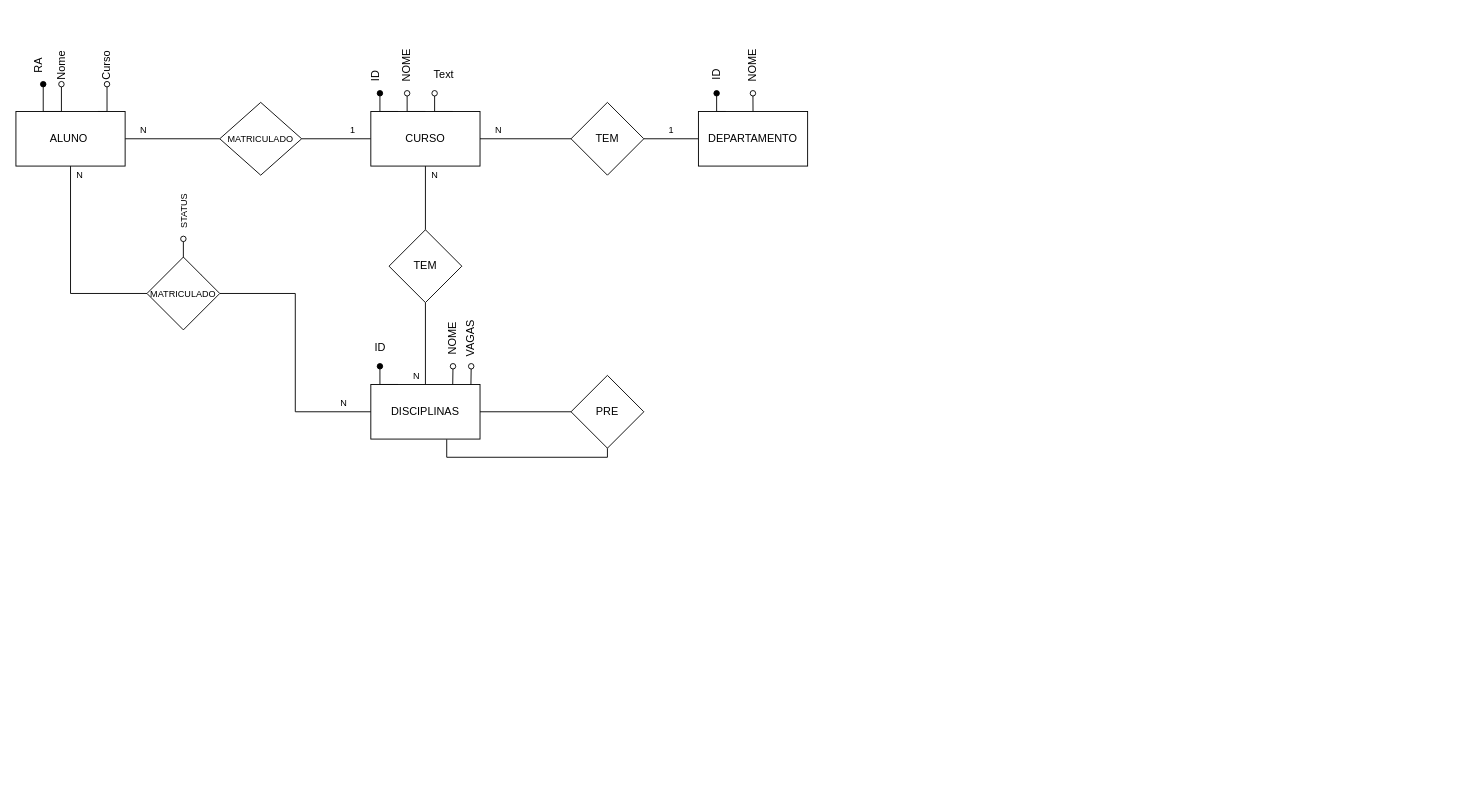
The draw.io diagram Banco-De-Dados-1/Atividades/Controle Acadêmico.drawio in Joseal19/FACUL-UTFPR, before the edit. Source tidied: cells renumbered, new cells numbered last; positions are measured from the earlier drawing's top-left corner, leaving out a move shared by most shapes. Both pictures are drawn from the tidied source at 91%, with x=0, y=0 at pixel (15, 56).
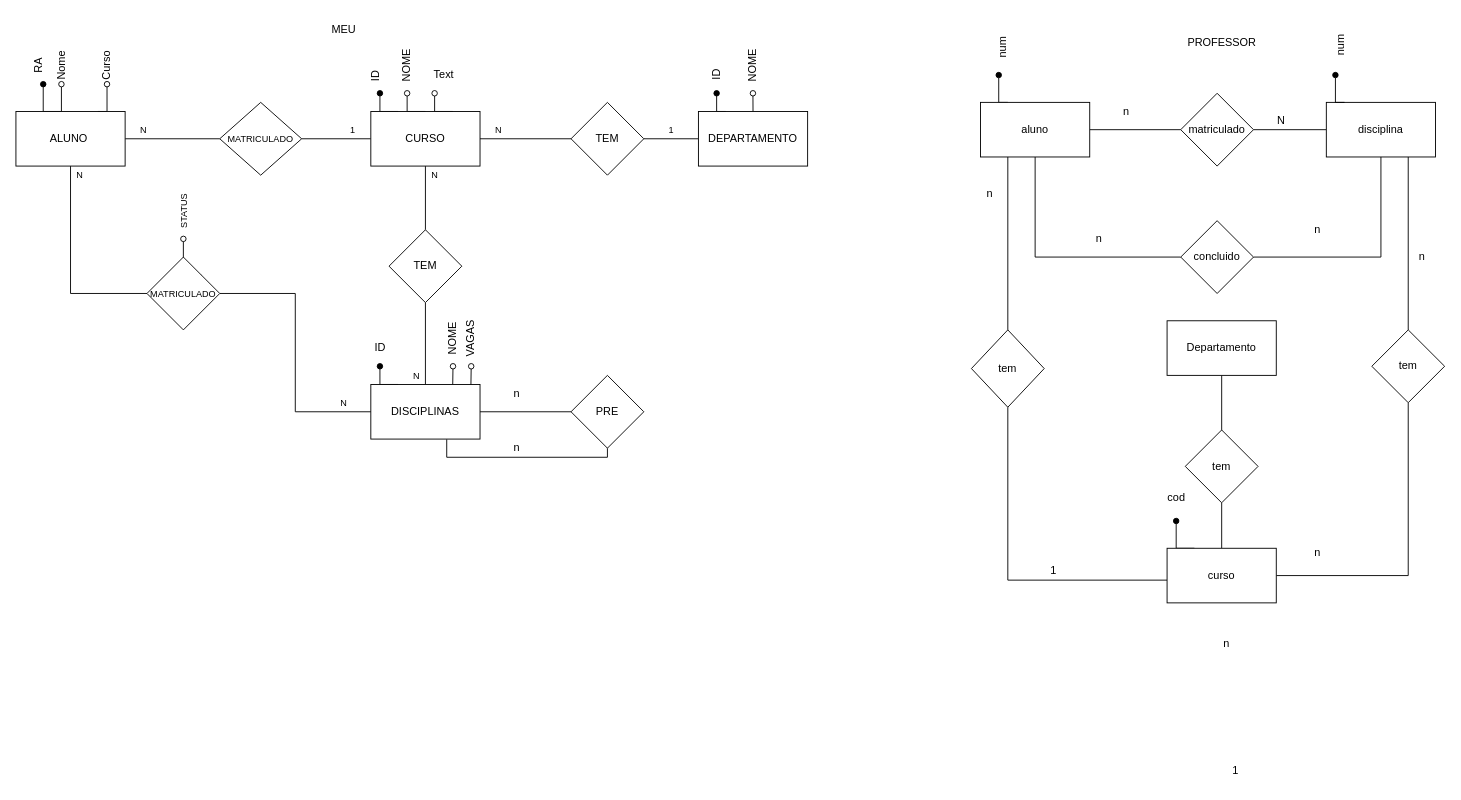
The same diagram, later.

What changed in the source:
```diff
@@
+    <mxCell id="53" value="PROFESSOR" style="text;html=1;align=center;verticalAlign=middle;strokeColor=none;fillColor=none;" parent="1" vertex="1">
+      <mxGeometry x="1275" y="-30" width="100" height="30" as="geometry" />
+    </mxCell>
+    <mxCell id="54" style="edgeStyle=orthogonalEdgeStyle;rounded=0;jettySize=auto;html=1;exitX=0.25;exitY=0;exitDx=0;exitDy=0;endArrow=oval;endFill=1;" parent="1" edge="1" source="57">
+      <mxGeometry relative="1" as="geometry">
+        <mxPoint x="1080" y="20" as="targetPoint" />
+      </mxGeometry>
+    </mxCell>
+    <mxCell id="55" style="edgeStyle=orthogonalEdgeStyle;rounded=0;jettySize=auto;html=1;endArrow=none;endFill=0;" parent="1" edge="1" source="57" target="60">
+      <mxGeometry relative="1" as="geometry" />
+    </mxCell>
+    <mxCell id="56" style="edgeStyle=orthogonalEdgeStyle;rounded=0;jettySize=auto;html=1;endArrow=none;endFill=0;" parent="1" edge="1" source="57" target="66">
+      <mxGeometry relative="1" as="geometry">
+        <Array as="points">
+          <mxPoint x="1120" y="220" />
+        </Array>
+      </mxGeometry>
+    </mxCell>
+    <mxCell id="57" value="aluno" style="rounded=0;whiteSpace=wrap;html=1;" parent="1" vertex="1">
+      <mxGeometry x="1060" y="50" width="120" height="60" as="geometry" />
+    </mxCell>
+    <mxCell id="58" value="num" style="text;html=1;align=center;verticalAlign=middle;strokeColor=none;fillColor=none;rotation=-90;" parent="1" vertex="1">
+      <mxGeometry x="1060" y="-25" width="50" height="30" as="geometry" />
+    </mxCell>
+    <mxCell id="59" style="edgeStyle=orthogonalEdgeStyle;rounded=0;jettySize=auto;html=1;endArrow=none;endFill=0;" parent="1" edge="1" source="60" target="61">
+      <mxGeometry relative="1" as="geometry" />
+    </mxCell>
+    <mxCell id="60" value="matriculado" style="rhombus;whiteSpace=wrap;html=1;rounded=0;" parent="1" vertex="1">
+      <mxGeometry x="1280" y="40" width="80" height="80" as="geometry" />
+    </mxCell>
+    <mxCell id="61" value="disciplina" style="whiteSpace=wrap;html=1;rounded=0;" parent="1" vertex="1">
+      <mxGeometry x="1440" y="50" width="120" height="60" as="geometry" />
+    </mxCell>
+    <mxCell id="62" style="edgeStyle=orthogonalEdgeStyle;rounded=0;orthogonalLoop=1;jettySize=auto;html=1;exitX=0.25;exitY=0;exitDx=0;exitDy=0;endArrow=oval;endFill=1;" parent="1" edge="1">
+      <mxGeometry relative="1" as="geometry">
+        <mxPoint x="1460" y="50" as="sourcePoint" />
+        <mxPoint x="1450" y="20" as="targetPoint" />
+      </mxGeometry>
+    </mxCell>
+    <mxCell id="63" value="num" style="text;html=1;align=center;verticalAlign=middle;strokeColor=none;fillColor=none;rotation=-90;" parent="1" vertex="1">
+      <mxGeometry x="1430" y="-27.5" width="50" height="30" as="geometry" />
+    </mxCell>
+    <mxCell id="64" value="N" style="text;html=1;align=center;verticalAlign=middle;strokeColor=none;fillColor=none;" parent="1" vertex="1">
+      <mxGeometry x="1375" y="55" width="30" height="30" as="geometry" />
+    </mxCell>
+    <mxCell id="65" style="edgeStyle=orthogonalEdgeStyle;rounded=0;jettySize=auto;html=1;entryX=0.5;entryY=1;entryDx=0;entryDy=0;endArrow=none;endFill=0;" parent="1" edge="1" source="66" target="61">
+      <mxGeometry relative="1" as="geometry" />
+    </mxCell>
+    <mxCell id="66" value="concluido" style="rhombus;whiteSpace=wrap;html=1;rounded=0;" parent="1" vertex="1">
+      <mxGeometry x="1280" y="180" width="80" height="80" as="geometry" />
+    </mxCell>
+    <mxCell id="67" style="edgeStyle=orthogonalEdgeStyle;rounded=0;jettySize=auto;html=1;endArrow=none;endFill=0;exitX=0.5;exitY=1;exitDx=0;exitDy=0;" parent="1" edge="1" source="69" target="73">
+      <mxGeometry relative="1" as="geometry">
+        <Array as="points">
+          <mxPoint x="1090" y="575" />
+        </Array>
+      </mxGeometry>
+    </mxCell>
+    <mxCell id="68" style="edgeStyle=orthogonalEdgeStyle;rounded=0;jettySize=auto;html=1;exitX=0.5;exitY=0;exitDx=0;exitDy=0;entryX=0.25;entryY=1;entryDx=0;entryDy=0;endArrow=none;endFill=0;" parent="1" edge="1" source="69" target="57">
+      <mxGeometry relative="1" as="geometry" />
+    </mxCell>
+    <mxCell id="69" value="tem" style="rhombus;whiteSpace=wrap;html=1;" parent="1" vertex="1">
+      <mxGeometry x="1050" y="300" width="80" height="85" as="geometry" />
+    </mxCell>
+    <mxCell id="70" style="edgeStyle=orthogonalEdgeStyle;rounded=0;jettySize=auto;html=1;exitX=0.25;exitY=0;exitDx=0;exitDy=0;endArrow=oval;endFill=1;" parent="1" edge="1" source="73">
+      <mxGeometry relative="1" as="geometry">
+        <mxPoint x="1275" y="510" as="targetPoint" />
+      </mxGeometry>
+    </mxCell>
+    <mxCell id="71" style="edgeStyle=orthogonalEdgeStyle;rounded=0;jettySize=auto;html=1;endArrow=none;endFill=0;" parent="1" edge="1" source="73" target="76">
+      <mxGeometry relative="1" as="geometry" />
+    </mxCell>
+    <mxCell id="72" style="edgeStyle=orthogonalEdgeStyle;rounded=0;jettySize=auto;html=1;endArrow=none;endFill=0;" parent="1" edge="1" source="73" target="79">
+      <mxGeometry relative="1" as="geometry" />
+    </mxCell>
+    <mxCell id="73" value="curso" style="whiteSpace=wrap;html=1;" parent="1" vertex="1">
+      <mxGeometry x="1265" y="540" width="120" height="60" as="geometry" />
+    </mxCell>
+    <mxCell id="74" value="cod" style="text;html=1;align=center;verticalAlign=middle;strokeColor=none;fillColor=none;" parent="1" vertex="1">
+      <mxGeometry x="1255" y="470" width="40" height="30" as="geometry" />
+    </mxCell>
+    <mxCell id="75" style="edgeStyle=orthogonalEdgeStyle;rounded=0;jettySize=auto;html=1;endArrow=none;endFill=0;entryX=0.75;entryY=1;entryDx=0;entryDy=0;" parent="1" edge="1" source="76" target="61">
+      <mxGeometry relative="1" as="geometry" />
+    </mxCell>
+    <mxCell id="76" value="tem" style="rhombus;whiteSpace=wrap;html=1;" parent="1" vertex="1">
+      <mxGeometry x="1490" y="300" width="80" height="80" as="geometry" />
+    </mxCell>
+    <mxCell id="77" value="n" style="text;html=1;align=center;verticalAlign=middle;strokeColor=none;fillColor=none;" parent="1" vertex="1">
+      <mxGeometry x="1205" y="45" width="30" height="30" as="geometry" />
+    </mxCell>
+    <mxCell id="78" style="edgeStyle=orthogonalEdgeStyle;rounded=0;jettySize=auto;html=1;endArrow=none;endFill=0;" parent="1" edge="1" source="79" target="80">
+      <mxGeometry relative="1" as="geometry" />
+    </mxCell>
+    <mxCell id="79" value="tem" style="rhombus;whiteSpace=wrap;html=1;" parent="1" vertex="1">
+      <mxGeometry x="1285" y="410" width="80" height="80" as="geometry" />
+    </mxCell>
+    <mxCell id="80" value="Departamento" style="whiteSpace=wrap;html=1;" parent="1" vertex="1">
+      <mxGeometry x="1265" y="290" width="120" height="60" as="geometry" />
+    </mxCell>
+    <mxCell id="81" value="n" style="text;html=1;align=center;verticalAlign=middle;strokeColor=none;fillColor=none;" parent="1" vertex="1">
+      <mxGeometry x="535" y="355" width="30" height="30" as="geometry" />
+    </mxCell>
+    <mxCell id="82" value="n" style="text;html=1;align=center;verticalAlign=middle;strokeColor=none;fillColor=none;" parent="1" vertex="1">
+      <mxGeometry x="535" y="415" width="30" height="30" as="geometry" />
+    </mxCell>
+    <mxCell id="83" value="n" style="text;html=1;align=center;verticalAlign=middle;strokeColor=none;fillColor=none;" parent="1" vertex="1">
+      <mxGeometry x="1055" y="135" width="30" height="30" as="geometry" />
+    </mxCell>
+    <mxCell id="84" value="1" style="text;html=1;align=center;verticalAlign=middle;strokeColor=none;fillColor=none;" parent="1" vertex="1">
+      <mxGeometry x="1125" y="550" width="30" height="30" as="geometry" />
+    </mxCell>
+    <mxCell id="85" value="n" style="text;html=1;align=center;verticalAlign=middle;strokeColor=none;fillColor=none;" parent="1" vertex="1">
+      <mxGeometry x="1315" y="630" width="30" height="30" as="geometry" />
+    </mxCell>
+    <mxCell id="86" value="1" style="text;html=1;align=center;verticalAlign=middle;strokeColor=none;fillColor=none;" parent="1" vertex="1">
+      <mxGeometry x="1325" y="770" width="30" height="30" as="geometry" />
+    </mxCell>
+    <mxCell id="87" value="n" style="text;html=1;align=center;verticalAlign=middle;strokeColor=none;fillColor=none;" parent="1" vertex="1">
+      <mxGeometry x="1530" y="205" width="30" height="30" as="geometry" />
+    </mxCell>
+    <mxCell id="88" value="n" style="text;html=1;align=center;verticalAlign=middle;strokeColor=none;fillColor=none;" parent="1" vertex="1">
+      <mxGeometry x="1415" y="530" width="30" height="30" as="geometry" />
+    </mxCell>
+    <mxCell id="89" value="n" style="text;html=1;align=center;verticalAlign=middle;strokeColor=none;fillColor=none;" parent="1" vertex="1">
+      <mxGeometry x="1175" y="185" width="30" height="30" as="geometry" />
+    </mxCell>
+    <mxCell id="90" value="n" style="text;html=1;align=center;verticalAlign=middle;strokeColor=none;fillColor=none;" parent="1" vertex="1">
+      <mxGeometry x="1415" y="175" width="30" height="30" as="geometry" />
+    </mxCell>
+    <mxCell id="91" value="MEU" style="text;html=1;align=center;verticalAlign=middle;strokeColor=none;fillColor=none;" parent="1" vertex="1">
+      <mxGeometry x="335" y="-45" width="50" height="30" as="geometry" />
+    </mxCell>
```
